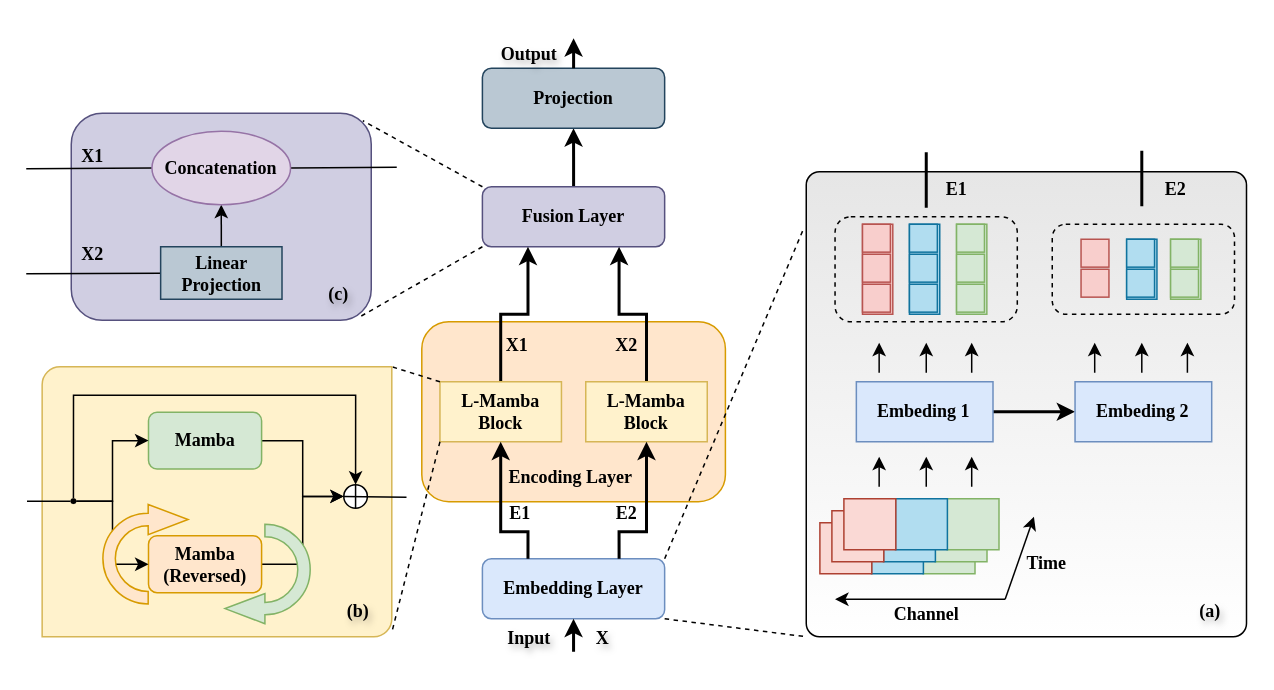
The draw.io diagram page "L-Mamba" (6 of 7) of pics/my_model.drawio in nanxi666/TimeMachine, before the edit. Source tidied: cells renumbered, new cells numbered last; positions are measured from the earlier drawing's top-left corner, leaving out a move shared by most shapes. Both pictures are drawn from the tidied source at 150%, with x=0, y=0 at pixel (26, 38).
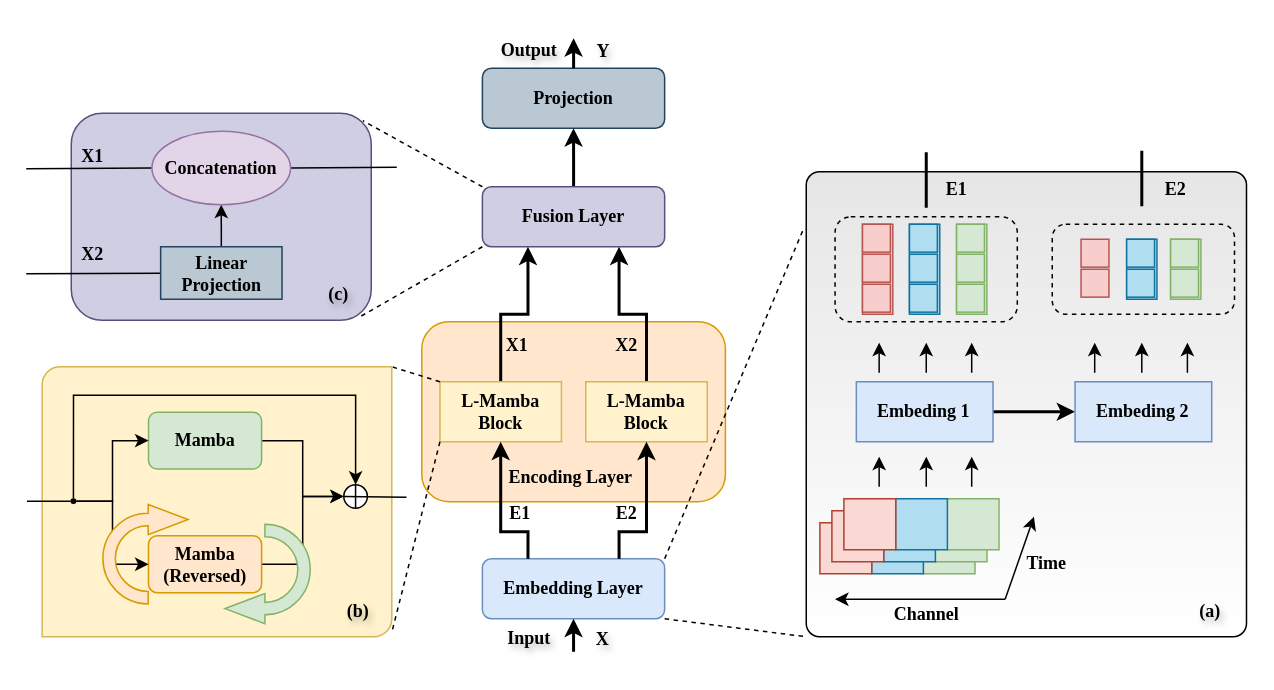
The same page after the edit.

The change refers to these unchanged cells:
```xml
<mxCell id="2" style="group;" parent="1" vertex="1">
  <mxGeometry width="813.5" height="409" as="geometry" />
</mxCell>
```

The edit, as a diff of the source:
```diff
@@
     <mxCell id="24" value="Output" style="text;html=1;align=center;verticalAlign=middle;whiteSpace=wrap;rounded=0;spacing=3;textShadow=1;fontFamily=Times New Roman;fontStyle=1;" parent="2" vertex="1">
-      <mxGeometry x="315.3" y="6" width="40.5" height="10" as="geometry" />
+      <mxGeometry x="315.3" y="3" width="40.5" height="10" as="geometry" />
     </mxCell>
@@
     <mxCell id="103" value="X" style="text;html=1;align=center;verticalAlign=middle;whiteSpace=wrap;rounded=0;spacing=3;textShadow=1;fontFamily=Times New Roman;fontStyle=1;" parent="2" vertex="1">
-      <mxGeometry x="379.1" y="395" width="10.9" height="10" as="geometry" />
+      <mxGeometry x="379.1" y="396" width="10.9" height="10" as="geometry" />
     </mxCell>
+    <mxCell id="104" value="Y" style="text;html=1;align=center;verticalAlign=middle;whiteSpace=wrap;rounded=0;spacing=3;textShadow=1;fontFamily=Times New Roman;fontStyle=1;" parent="2" vertex="1">
+      <mxGeometry x="380" y="4" width="10" height="10" as="geometry" />
+    </mxCell>
```
